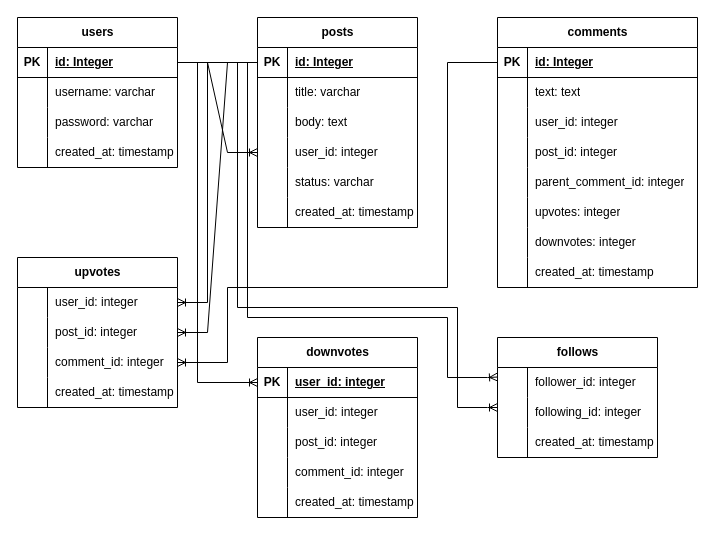
This is Schema_Diagram.drawio from ChetanSengar/JAVA, a draw.io file, before an edit. Source tidied: cells renumbered, new cells numbered last; positions are measured from the earlier drawing's top-left corner, leaving out a move shared by most shapes. Both pictures are drawn from the tidied source at 100%, with x=0, y=0 at pixel (17, 17).
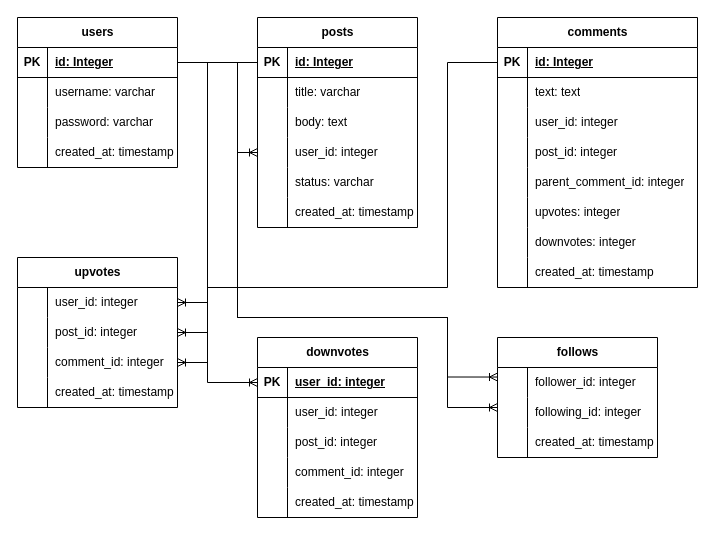
The same diagram, later.

The change refers to these unchanged cells:
```xml
<mxCell id="3" style="shape=tableRow;horizontal=0;startSize=0;swimlaneHead=0;swimlaneBody=0;fillColor=none;points=[[0,0.5],[1,0.5]];portConstraint=eastwest;top=0;left=0;right=0;bottom=1;" parent="2" vertex="1">
  <mxGeometry y="30" width="160" height="30" as="geometry" />
</mxCell>
<mxCell id="16" style="shape=tableRow;horizontal=0;startSize=0;swimlaneHead=0;swimlaneBody=0;fillColor=none;points=[[0,0.5],[1,0.5]];portConstraint=eastwest;top=0;left=0;right=0;bottom=1;" parent="15" vertex="1">
  <mxGeometry y="30" width="160" height="30" as="geometry" />
</mxCell>
<mxCell id="25" style="shape=tableRow;horizontal=0;startSize=0;swimlaneHead=0;swimlaneBody=0;fillColor=none;points=[[0,0.5],[1,0.5]];portConstraint=eastwest;top=0;left=0;right=0;bottom=0;" parent="15" vertex="1">
  <mxGeometry y="120" width="160" height="30" as="geometry" />
</mxCell>
<mxCell id="38" style="shape=tableRow;horizontal=0;startSize=0;swimlaneHead=0;swimlaneBody=0;fillColor=none;points=[[0,0.5],[1,0.5]];portConstraint=eastwest;top=0;left=0;right=0;bottom=0;" parent="34" vertex="1">
  <mxGeometry y="60" width="160" height="30" as="geometry" />
</mxCell>
<mxCell id="41" style="shape=tableRow;horizontal=0;startSize=0;swimlaneHead=0;swimlaneBody=0;fillColor=none;points=[[0,0.5],[1,0.5]];portConstraint=eastwest;top=0;left=0;right=0;bottom=0;" parent="34" vertex="1">
  <mxGeometry y="90" width="160" height="30" as="geometry" />
</mxCell>
<mxCell id="48" style="shape=tableRow;horizontal=0;startSize=0;swimlaneHead=0;swimlaneBody=0;fillColor=none;points=[[0,0.5],[1,0.5]];portConstraint=eastwest;top=0;left=0;right=0;bottom=1;" parent="47" vertex="1">
  <mxGeometry y="30" width="160" height="30" as="geometry" />
</mxCell>
<mxCell id="64" style="shape=tableRow;horizontal=0;startSize=0;swimlaneHead=0;swimlaneBody=0;fillColor=none;points=[[0,0.5],[1,0.5]];portConstraint=eastwest;top=0;left=0;right=0;bottom=1;" parent="63" vertex="1">
  <mxGeometry y="30" width="200" height="30" as="geometry" />
</mxCell>
<mxCell id="89" style="shape=tableRow;horizontal=0;startSize=0;swimlaneHead=0;swimlaneBody=0;fillColor=none;points=[[0,0.5],[1,0.5]];portConstraint=eastwest;top=0;left=0;right=0;bottom=0;" parent="88" vertex="1">
  <mxGeometry y="30" width="160" height="30" as="geometry" />
</mxCell>
```

What changed in the source:
```diff
@@
-    <mxCell id="98" style="edgeStyle=entityRelationEdgeStyle;fontSize=12;html=1;endArrow=ERoneToMany;rounded=0;exitX=1;exitY=0.5;exitDx=0;exitDy=0;entryX=0;entryY=0.5;entryDx=0;entryDy=0;" parent="1" edge="1" source="3" target="25">
-      <mxGeometry relative="1" as="geometry" />
+    <mxCell id="98" style="edgeStyle=orthogonalEdgeStyle;fontSize=12;html=1;endArrow=ERoneToMany;rounded=0;exitX=1;exitY=0.5;exitDx=0;exitDy=0;entryX=0;entryY=0.5;entryDx=0;entryDy=0;" parent="1" edge="1" source="3" target="25">
+      <mxGeometry relative="1" as="geometry">
+        <Array as="points">
+          <mxPoint x="220" y="45" />
+          <mxPoint x="220" y="135" />
+        </Array>
+      </mxGeometry>
     </mxCell>
@@
-    <mxCell id="100" style="edgeStyle=entityRelationEdgeStyle;fontSize=12;html=1;endArrow=ERoneToMany;rounded=0;exitX=0;exitY=0.5;exitDx=0;exitDy=0;entryX=1;entryY=0.5;entryDx=0;entryDy=0;" parent="1" edge="1" source="16" target="38">
-      <mxGeometry relative="1" as="geometry" />
+    <mxCell id="100" style="edgeStyle=orthogonalEdgeStyle;fontSize=12;html=1;endArrow=ERoneToMany;rounded=0;exitX=0;exitY=0.5;exitDx=0;exitDy=0;entryX=1;entryY=0.5;entryDx=0;entryDy=0;" parent="1" edge="1" source="16" target="38">
+      <mxGeometry relative="1" as="geometry">
+        <Array as="points">
+          <mxPoint x="190" y="45" />
+          <mxPoint x="190" y="315" />
+        </Array>
+      </mxGeometry>
     </mxCell>
     <mxCell id="101" style="edgeStyle=orthogonalEdgeStyle;fontSize=12;html=1;endArrow=ERoneToMany;rounded=0;exitX=0;exitY=0.5;exitDx=0;exitDy=0;entryX=1;entryY=0.5;entryDx=0;entryDy=0;" parent="1" edge="1" source="64" target="41">
       <mxGeometry relative="1" as="geometry">
         <Array as="points">
           <mxPoint x="430" y="45" />
           <mxPoint x="430" y="270" />
-          <mxPoint x="210" y="270" />
-          <mxPoint x="210" y="345" />
+          <mxPoint x="190" y="270" />
+          <mxPoint x="190" y="345" />
         </Array>
       </mxGeometry>
     </mxCell>
     <mxCell id="102" style="edgeStyle=orthogonalEdgeStyle;fontSize=12;html=1;endArrow=ERoneToMany;rounded=0;exitX=1;exitY=0.5;exitDx=0;exitDy=0;" parent="1" edge="1" source="3">
       <mxGeometry relative="1" as="geometry">
         <mxPoint x="480" y="390" as="targetPoint" />
         <Array as="points">
           <mxPoint x="220" y="45" />
-          <mxPoint x="220" y="290" />
-          <mxPoint x="440" y="290" />
-          <mxPoint x="440" y="390" />
-          <mxPoint x="470" y="390" />
+          <mxPoint x="220" y="300" />
+          <mxPoint x="430" y="300" />
+          <mxPoint x="430" y="390" />
         </Array>
       </mxGeometry>
     </mxCell>
     <mxCell id="103" style="edgeStyle=orthogonalEdgeStyle;fontSize=12;html=1;endArrow=ERoneToMany;rounded=0;exitX=1;exitY=0.5;exitDx=0;exitDy=0;entryX=0;entryY=0.318;entryDx=0;entryDy=0;entryPerimeter=0;" parent="1" edge="1" source="3" target="89">
       <mxGeometry relative="1" as="geometry">
         <Array as="points">
-          <mxPoint x="230" y="45" />
-          <mxPoint x="230" y="300" />
+          <mxPoint x="220" y="45" />
+          <mxPoint x="220" y="300" />
           <mxPoint x="430" y="300" />
           <mxPoint x="430" y="360" />
-          <mxPoint x="470" y="360" />
         </Array>
       </mxGeometry>
     </mxCell>
     <mxCell id="104" style="edgeStyle=orthogonalEdgeStyle;fontSize=12;html=1;endArrow=ERoneToMany;rounded=0;exitX=1;exitY=0.5;exitDx=0;exitDy=0;entryX=0;entryY=0.5;entryDx=0;entryDy=0;" parent="1" edge="1" source="3" target="48">
       <mxGeometry relative="1" as="geometry">
         <Array as="points">
-          <mxPoint x="180" y="45" />
-          <mxPoint x="180" y="365" />
+          <mxPoint x="190" y="45" />
+          <mxPoint x="190" y="365" />
         </Array>
       </mxGeometry>
     </mxCell>
```
